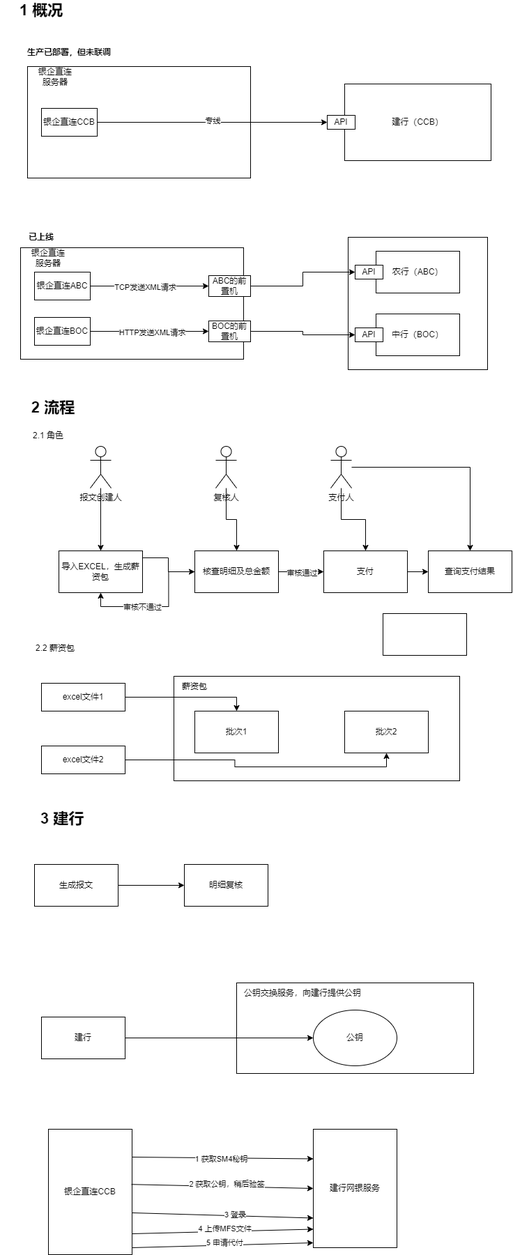
Earlier version of the draw.io export 银企直联交接讲解图.png (fsJerryChan/fsJerryChan). Source tidied: cells renumbered, new cells last; positions are measured from the earlier drawing's top-left corner, leaving out a move shared by most shapes. Source of this version:
```xml
<mxGraphModel>
  <root>
    <mxCell id="0" />
    <mxCell id="1" parent="0" />
    <mxCell id="2" style="rounded=0;whiteSpace=wrap;html=1;" parent="1" vertex="1">
      <mxGeometry x="40" y="95" width="320" height="160" as="geometry" />
    </mxCell>
    <mxCell id="3" style="rounded=0;whiteSpace=wrap;html=1;" parent="1" vertex="1">
      <mxGeometry x="500" y="340" width="200" height="190" as="geometry" />
    </mxCell>
    <mxCell id="4" style="rounded=0;whiteSpace=wrap;html=1;" parent="1" vertex="1">
      <mxGeometry x="30" y="355" width="320" height="160" as="geometry" />
    </mxCell>
    <mxCell id="5" value="建行（CCB）" style="rounded=0;whiteSpace=wrap;html=1;" parent="1" vertex="1">
      <mxGeometry x="495" y="120" width="210" height="110" as="geometry" />
    </mxCell>
    <mxCell id="6" value="农行（ABC）" style="rounded=0;whiteSpace=wrap;html=1;" parent="1" vertex="1">
      <mxGeometry x="540" y="360" width="120" height="60" as="geometry" />
    </mxCell>
    <mxCell id="7" value="中行（BOC）" style="rounded=0;whiteSpace=wrap;html=1;" parent="1" vertex="1">
      <mxGeometry x="540" y="450" width="120" height="60" as="geometry" />
    </mxCell>
    <mxCell id="8" value="银企直连服务器" style="text;strokeColor=none;align=center;fillColor=none;html=1;verticalAlign=middle;whiteSpace=wrap;rounded=0;" parent="1" vertex="1">
      <mxGeometry x="40" y="355" width="60" height="30" as="geometry" />
    </mxCell>
    <mxCell id="9" style="edgeStyle=orthogonalEdgeStyle;rounded=0;jettySize=auto;html=1;entryX=0;entryY=0.5;entryDx=0;entryDy=0;" parent="1" edge="1" source="10" target="13">
      <mxGeometry relative="1" as="geometry" />
    </mxCell>
    <mxCell id="10" value="ABC的前置机" style="text;strokeColor=default;align=center;fillColor=default;html=1;verticalAlign=middle;whiteSpace=wrap;rounded=0;" parent="1" vertex="1">
      <mxGeometry x="300" y="395" width="60" height="30" as="geometry" />
    </mxCell>
    <mxCell id="11" style="edgeStyle=orthogonalEdgeStyle;rounded=0;jettySize=auto;html=1;entryX=0;entryY=0.5;entryDx=0;entryDy=0;" parent="1" edge="1" source="12" target="14">
      <mxGeometry relative="1" as="geometry" />
    </mxCell>
    <mxCell id="12" value="BOC的前置机" style="text;strokeColor=default;align=center;fillColor=default;html=1;verticalAlign=middle;whiteSpace=wrap;rounded=0;" parent="1" vertex="1">
      <mxGeometry x="300" y="460" width="60" height="30" as="geometry" />
    </mxCell>
    <mxCell id="13" value="API" style="rounded=0;whiteSpace=wrap;html=1;" parent="1" vertex="1">
      <mxGeometry x="510" y="380" width="40" height="20" as="geometry" />
    </mxCell>
    <mxCell id="14" value="API" style="rounded=0;whiteSpace=wrap;html=1;" parent="1" vertex="1">
      <mxGeometry x="510" y="470" width="40" height="20" as="geometry" />
    </mxCell>
    <mxCell id="15" style="edgeStyle=orthogonalEdgeStyle;rounded=0;jettySize=auto;html=1;entryX=0;entryY=0.5;entryDx=0;entryDy=0;" parent="1" edge="1" source="17" target="10">
      <mxGeometry relative="1" as="geometry" />
    </mxCell>
    <mxCell id="16" value="TCP发送XML请求" style="edgeLabel;html=1;align=center;verticalAlign=middle;" parent="15" vertex="1">
      <mxGeometry x="-0.08" y="-1" relative="1" as="geometry" />
    </mxCell>
    <mxCell id="17" value="银企直连ABC" style="rounded=0;whiteSpace=wrap;html=1;" parent="1" vertex="1">
      <mxGeometry x="50" y="390" width="80" height="40" as="geometry" />
    </mxCell>
    <mxCell id="18" style="edgeStyle=orthogonalEdgeStyle;rounded=0;jettySize=auto;html=1;" parent="1" edge="1" source="20" target="12">
      <mxGeometry relative="1" as="geometry" />
    </mxCell>
    <mxCell id="19" value="HTTP发送XML请求" style="edgeLabel;html=1;align=center;verticalAlign=middle;" parent="18" vertex="1">
      <mxGeometry x="0.04" y="-1" relative="1" as="geometry" />
    </mxCell>
    <mxCell id="20" value="银企直连BOC" style="rounded=0;whiteSpace=wrap;html=1;" parent="1" vertex="1">
      <mxGeometry x="50" y="455" width="80" height="40" as="geometry" />
    </mxCell>
    <mxCell id="21" value="&lt;b&gt;已上线&lt;/b&gt;" style="text;strokeColor=none;align=center;fillColor=none;html=1;verticalAlign=middle;whiteSpace=wrap;rounded=0;" parent="1" vertex="1">
      <mxGeometry x="30" y="325" width="60" height="30" as="geometry" />
    </mxCell>
    <mxCell id="22" value="API" style="rounded=0;whiteSpace=wrap;html=1;" parent="1" vertex="1">
      <mxGeometry x="470" y="165" width="40" height="20" as="geometry" />
    </mxCell>
    <mxCell id="23" style="edgeStyle=orthogonalEdgeStyle;rounded=0;jettySize=auto;html=1;entryX=0;entryY=0.5;entryDx=0;entryDy=0;" parent="1" edge="1" source="25" target="22">
      <mxGeometry relative="1" as="geometry" />
    </mxCell>
    <mxCell id="24" value="专线" style="edgeLabel;html=1;align=center;verticalAlign=middle;" parent="23" vertex="1">
      <mxGeometry x="0.01" y="3" relative="1" as="geometry" />
    </mxCell>
    <mxCell id="25" value="银企直连CCB" style="rounded=0;whiteSpace=wrap;html=1;" parent="1" vertex="1">
      <mxGeometry x="60" y="155" width="80" height="40" as="geometry" />
    </mxCell>
    <mxCell id="26" value="银企直连服务器" style="text;strokeColor=none;align=center;fillColor=none;html=1;verticalAlign=middle;whiteSpace=wrap;rounded=0;" parent="1" vertex="1">
      <mxGeometry x="50" y="95" width="60" height="30" as="geometry" />
    </mxCell>
    <mxCell id="27" value="&lt;b&gt;生产已部署，但未联调&lt;/b&gt;" style="text;strokeColor=none;align=center;fillColor=none;html=1;verticalAlign=middle;whiteSpace=wrap;rounded=0;" parent="1" vertex="1">
      <mxGeometry x="30" y="60" width="140" height="30" as="geometry" />
    </mxCell>
    <mxCell id="28" value="&lt;b&gt;&lt;font style=&quot;font-size: 22px;&quot;&gt;1 概况&lt;/font&gt;&lt;/b&gt;" style="text;strokeColor=none;align=center;fillColor=none;html=1;verticalAlign=middle;whiteSpace=wrap;rounded=0;" parent="1" vertex="1">
      <mxGeometry width="120" height="30" as="geometry" />
    </mxCell>
    <mxCell id="29" value="&lt;b&gt;&lt;font style=&quot;font-size: 22px;&quot;&gt;2 流程&lt;/font&gt;&lt;/b&gt;" style="text;strokeColor=none;align=center;fillColor=none;html=1;verticalAlign=middle;whiteSpace=wrap;rounded=0;" parent="1" vertex="1">
      <mxGeometry x="17" y="570" width="120" height="30" as="geometry" />
    </mxCell>
    <mxCell id="30" style="edgeStyle=orthogonalEdgeStyle;rounded=0;jettySize=auto;html=1;entryX=0.5;entryY=0;entryDx=0;entryDy=0;" parent="1" edge="1" source="31" target="39">
      <mxGeometry relative="1" as="geometry" />
    </mxCell>
    <mxCell id="31" value="报文创建人" style="shape=umlActor;verticalLabelPosition=bottom;verticalAlign=top;html=1;outlineConnect=0;" parent="1" vertex="1">
      <mxGeometry x="130" y="640" width="30" height="60" as="geometry" />
    </mxCell>
    <mxCell id="32" value="2.1 角色" style="text;strokeColor=none;align=center;fillColor=none;html=1;verticalAlign=middle;whiteSpace=wrap;rounded=0;" parent="1" vertex="1">
      <mxGeometry x="40" y="610" width="60" height="30" as="geometry" />
    </mxCell>
    <mxCell id="33" style="edgeStyle=orthogonalEdgeStyle;rounded=0;jettySize=auto;html=1;" parent="1" edge="1" source="34" target="44">
      <mxGeometry relative="1" as="geometry" />
    </mxCell>
    <mxCell id="34" value="复核人" style="shape=umlActor;verticalLabelPosition=bottom;verticalAlign=top;html=1;outlineConnect=0;" parent="1" vertex="1">
      <mxGeometry x="310" y="640" width="30" height="60" as="geometry" />
    </mxCell>
    <mxCell id="35" style="edgeStyle=orthogonalEdgeStyle;rounded=0;jettySize=auto;html=1;entryX=0.5;entryY=0;entryDx=0;entryDy=0;" parent="1" edge="1" source="37" target="46">
      <mxGeometry relative="1" as="geometry" />
    </mxCell>
    <mxCell id="36" style="edgeStyle=orthogonalEdgeStyle;rounded=0;jettySize=auto;html=1;entryX=0.5;entryY=0;entryDx=0;entryDy=0;" parent="1" edge="1" source="37" target="47">
      <mxGeometry relative="1" as="geometry" />
    </mxCell>
    <mxCell id="37" value="支付人" style="shape=umlActor;verticalLabelPosition=bottom;verticalAlign=top;html=1;outlineConnect=0;" parent="1" vertex="1">
      <mxGeometry x="475" y="640" width="30" height="60" as="geometry" />
    </mxCell>
    <mxCell id="38" style="edgeStyle=orthogonalEdgeStyle;rounded=0;jettySize=auto;html=1;entryX=0;entryY=0.5;entryDx=0;entryDy=0;" parent="1" edge="1" source="39" target="44">
      <mxGeometry relative="1" as="geometry">
        <Array as="points">
          <mxPoint x="242" y="800" />
          <mxPoint x="242" y="820" />
        </Array>
      </mxGeometry>
    </mxCell>
    <mxCell id="39" value="导入EXCEL，生成薪资包" style="rounded=0;whiteSpace=wrap;html=1;" parent="1" vertex="1">
      <mxGeometry x="85" y="790" width="120" height="60" as="geometry" />
    </mxCell>
    <mxCell id="40" style="edgeStyle=orthogonalEdgeStyle;rounded=0;jettySize=auto;html=1;entryX=0;entryY=0.5;entryDx=0;entryDy=0;" parent="1" edge="1" source="44" target="46">
      <mxGeometry relative="1" as="geometry" />
    </mxCell>
    <mxCell id="41" value="审核通过" style="edgeLabel;html=1;align=center;verticalAlign=middle;" parent="40" vertex="1">
      <mxGeometry x="0.01" y="-1" relative="1" as="geometry" />
    </mxCell>
    <mxCell id="42" style="edgeStyle=orthogonalEdgeStyle;rounded=0;jettySize=auto;html=1;entryX=0.5;entryY=1;entryDx=0;entryDy=0;" parent="1" edge="1" source="44" target="39">
      <mxGeometry relative="1" as="geometry" />
    </mxCell>
    <mxCell id="43" value="审核不通过" style="edgeLabel;html=1;align=center;verticalAlign=middle;" parent="42" vertex="1">
      <mxGeometry x="0.23" relative="1" as="geometry" />
    </mxCell>
    <mxCell id="44" value="核查明细及总金额" style="rounded=0;whiteSpace=wrap;html=1;" parent="1" vertex="1">
      <mxGeometry x="280" y="790" width="120" height="60" as="geometry" />
    </mxCell>
    <mxCell id="45" style="edgeStyle=orthogonalEdgeStyle;rounded=0;jettySize=auto;html=1;entryX=0;entryY=0.5;entryDx=0;entryDy=0;" parent="1" edge="1" source="46" target="47">
      <mxGeometry relative="1" as="geometry" />
    </mxCell>
    <mxCell id="46" value="支付" style="rounded=0;whiteSpace=wrap;html=1;" parent="1" vertex="1">
      <mxGeometry x="465" y="790" width="120" height="60" as="geometry" />
    </mxCell>
    <mxCell id="47" value="查询支付结果" style="rounded=0;whiteSpace=wrap;html=1;" parent="1" vertex="1">
      <mxGeometry x="615" y="790" width="120" height="60" as="geometry" />
    </mxCell>
    <mxCell id="48" value="2.2 薪资包" style="text;strokeColor=none;align=center;fillColor=none;html=1;verticalAlign=middle;whiteSpace=wrap;rounded=0;" parent="1" vertex="1">
      <mxGeometry x="50" y="915" width="60" height="30" as="geometry" />
    </mxCell>
    <mxCell id="49" style="rounded=0;whiteSpace=wrap;html=1;" parent="1" vertex="1">
      <mxGeometry x="250" y="970" width="410" height="150" as="geometry" />
    </mxCell>
    <mxCell id="50" value="批次1" style="rounded=0;whiteSpace=wrap;html=1;" parent="1" vertex="1">
      <mxGeometry x="280" y="1020" width="120" height="60" as="geometry" />
    </mxCell>
    <mxCell id="51" style="edgeStyle=orthogonalEdgeStyle;rounded=0;jettySize=auto;html=1;entryX=0.5;entryY=0;entryDx=0;entryDy=0;" parent="1" edge="1" source="52" target="50">
      <mxGeometry relative="1" as="geometry" />
    </mxCell>
    <mxCell id="52" value="excel文件1" style="rounded=0;whiteSpace=wrap;html=1;" parent="1" vertex="1">
      <mxGeometry x="60" y="980" width="120" height="40" as="geometry" />
    </mxCell>
    <mxCell id="53" style="edgeStyle=orthogonalEdgeStyle;rounded=0;jettySize=auto;html=1;entryX=0.5;entryY=1;entryDx=0;entryDy=0;" parent="1" edge="1" source="54" target="55">
      <mxGeometry relative="1" as="geometry" />
    </mxCell>
    <mxCell id="54" value="excel文件2" style="rounded=0;whiteSpace=wrap;html=1;" parent="1" vertex="1">
      <mxGeometry x="60" y="1070" width="120" height="40" as="geometry" />
    </mxCell>
    <mxCell id="55" value="批次2" style="rounded=0;whiteSpace=wrap;html=1;" parent="1" vertex="1">
      <mxGeometry x="495" y="1020" width="120" height="60" as="geometry" />
    </mxCell>
    <mxCell id="56" value="薪资包" style="text;strokeColor=none;align=center;fillColor=none;html=1;verticalAlign=middle;whiteSpace=wrap;rounded=0;" parent="1" vertex="1">
      <mxGeometry x="250" y="970" width="60" height="30" as="geometry" />
    </mxCell>
    <mxCell id="57" style="rounded=0;whiteSpace=wrap;html=1;" parent="1" vertex="1">
      <mxGeometry x="550" y="880" width="120" height="60" as="geometry" />
    </mxCell>
    <mxCell id="58" value="&lt;b&gt;&lt;font style=&quot;font-size: 22px;&quot;&gt;3 建行&lt;/font&gt;&lt;/b&gt;" style="text;strokeColor=none;align=center;fillColor=none;html=1;verticalAlign=middle;whiteSpace=wrap;rounded=0;" parent="1" vertex="1">
      <mxGeometry x="30" y="1160" width="120" height="30" as="geometry" />
    </mxCell>
    <mxCell id="59" style="edgeStyle=orthogonalEdgeStyle;rounded=0;jettySize=auto;html=1;entryX=0;entryY=0.5;entryDx=0;entryDy=0;" parent="1" edge="1" source="60" target="61">
      <mxGeometry relative="1" as="geometry" />
    </mxCell>
    <mxCell id="60" value="生成报文" style="rounded=0;whiteSpace=wrap;html=1;" parent="1" vertex="1">
      <mxGeometry x="50" y="1240" width="120" height="60" as="geometry" />
    </mxCell>
    <mxCell id="61" value="明细复核" style="rounded=0;whiteSpace=wrap;html=1;" parent="1" vertex="1">
      <mxGeometry x="265" y="1240" width="120" height="60" as="geometry" />
    </mxCell>
    <mxCell id="62" style="rounded=0;whiteSpace=wrap;html=1;" parent="1" vertex="1">
      <mxGeometry x="340" y="1410" width="340" height="130" as="geometry" />
    </mxCell>
    <mxCell id="63" value="公钥交换服务，向建行提供公钥" style="text;strokeColor=none;align=center;fillColor=none;html=1;verticalAlign=middle;whiteSpace=wrap;rounded=0;" parent="1" vertex="1">
      <mxGeometry x="350" y="1410" width="170" height="30" as="geometry" />
    </mxCell>
    <mxCell id="64" value="公钥" style="ellipse;whiteSpace=wrap;html=1;" parent="1" vertex="1">
      <mxGeometry x="450" y="1449" width="120" height="80" as="geometry" />
    </mxCell>
    <mxCell id="65" style="edgeStyle=orthogonalEdgeStyle;rounded=0;jettySize=auto;html=1;entryX=0;entryY=0.5;entryDx=0;entryDy=0;" parent="1" edge="1" source="66" target="64">
      <mxGeometry relative="1" as="geometry" />
    </mxCell>
    <mxCell id="66" value="建行" style="rounded=0;whiteSpace=wrap;html=1;" parent="1" vertex="1">
      <mxGeometry x="60" y="1459" width="120" height="60" as="geometry" />
    </mxCell>
    <mxCell id="67" value="银企直连CCB" style="rounded=0;whiteSpace=wrap;html=1;" parent="1" vertex="1">
      <mxGeometry x="70" y="1620" width="120" height="180" as="geometry" />
    </mxCell>
    <mxCell id="68" value="建行网银服务" style="rounded=0;whiteSpace=wrap;html=1;" parent="1" vertex="1">
      <mxGeometry x="450" y="1620" width="120" height="170" as="geometry" />
    </mxCell>
    <mxCell id="69" style="endArrow=classic;html=1;rounded=0;entryX=0;entryY=0.25;entryDx=0;entryDy=0;" parent="1" edge="1" target="68">
      <mxGeometry relative="1" as="geometry">
        <mxPoint x="190" y="1660" as="sourcePoint" />
      </mxGeometry>
    </mxCell>
    <mxCell id="70" value="1 获取SM4秘钥" style="edgeLabel;html=1;align=center;verticalAlign=middle;" parent="69" vertex="1">
      <mxGeometry x="-0.02" y="-1" relative="1" as="geometry" />
    </mxCell>
    <mxCell id="71" style="endArrow=classic;html=1;rounded=0;entryX=0;entryY=0.5;entryDx=0;entryDy=0;exitX=0.992;exitY=0.44;exitDx=0;exitDy=0;exitPerimeter=0;" parent="1" edge="1" source="67" target="68">
      <mxGeometry relative="1" as="geometry" />
    </mxCell>
    <mxCell id="72" value="2 获取公钥，稍后验签" style="edgeLabel;html=1;align=center;verticalAlign=middle;" parent="71" vertex="1">
      <mxGeometry x="0.05" y="4" relative="1" as="geometry">
        <mxPoint x="-1" as="offset" />
      </mxGeometry>
    </mxCell>
    <mxCell id="73" style="endArrow=classic;html=1;rounded=0;entryX=0;entryY=0.75;entryDx=0;entryDy=0;" parent="1" edge="1" target="68">
      <mxGeometry relative="1" as="geometry">
        <mxPoint x="190" y="1740" as="sourcePoint" />
      </mxGeometry>
    </mxCell>
    <mxCell id="74" value="3 登录" style="edgeLabel;html=1;align=center;verticalAlign=middle;" parent="73" vertex="1">
      <mxGeometry x="0.13" y="2" relative="1" as="geometry" />
    </mxCell>
    <mxCell id="75" style="endArrow=classic;html=1;rounded=0;entryX=0;entryY=0.844;entryDx=0;entryDy=0;entryPerimeter=0;" parent="1" edge="1" target="68">
      <mxGeometry relative="1" as="geometry">
        <mxPoint x="190" y="1770" as="sourcePoint" />
      </mxGeometry>
    </mxCell>
    <mxCell id="76" value="4 上传MFS文件" style="edgeLabel;html=1;align=center;verticalAlign=middle;" parent="75" vertex="1">
      <mxGeometry x="0.02" y="4" relative="1" as="geometry" />
    </mxCell>
    <mxCell id="77" style="endArrow=classic;html=1;rounded=0;entryX=0;entryY=0.844;entryDx=0;entryDy=0;entryPerimeter=0;" parent="1" edge="1">
      <mxGeometry relative="1" as="geometry">
        <mxPoint x="190" y="1790" as="sourcePoint" />
        <mxPoint x="450" y="1783" as="targetPoint" />
      </mxGeometry>
    </mxCell>
    <mxCell id="78" value="5 申请代付" style="edgeLabel;html=1;align=center;verticalAlign=middle;" parent="77" vertex="1">
      <mxGeometry x="0.02" y="4" relative="1" as="geometry" />
    </mxCell>
  </root>
</mxGraphModel>
```
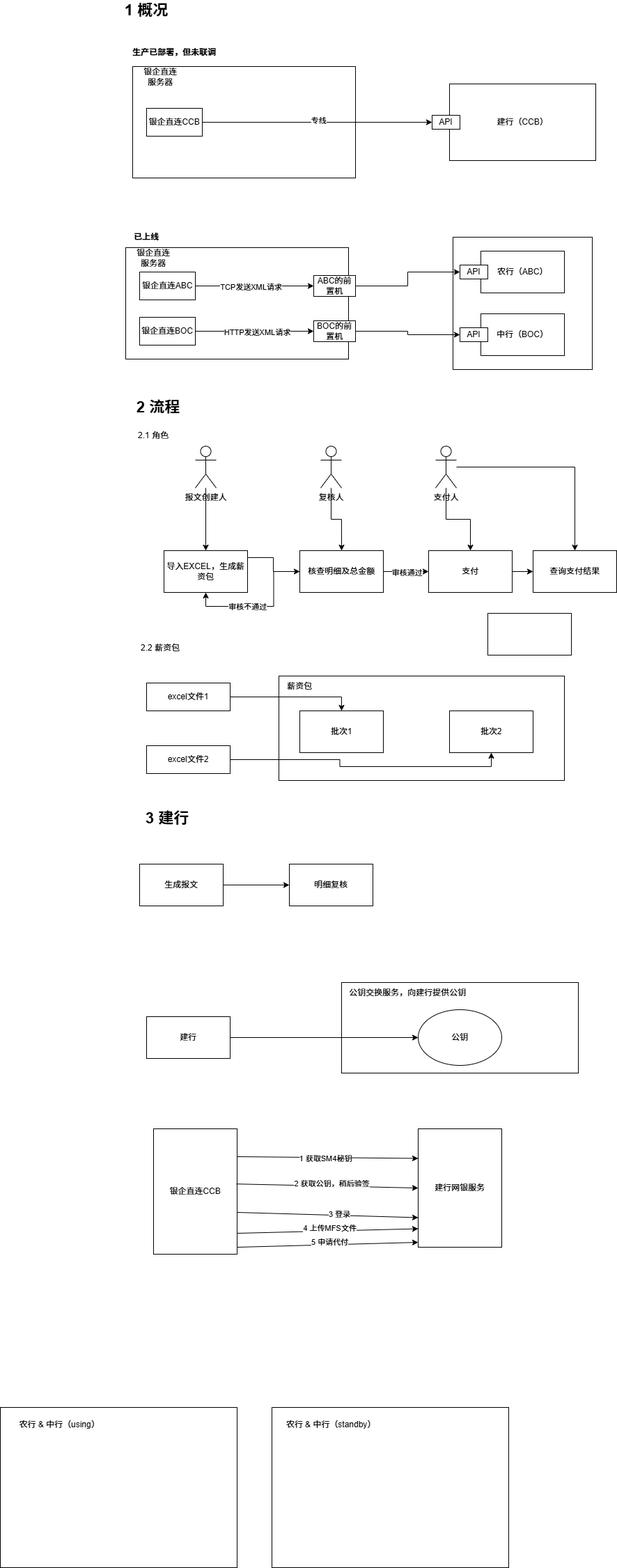
The same file after the commit.

Commit message:
更新银企直联交接讲解图.png

The edit, as a diff of the source:
```diff
@@ -249,5 +249,17 @@
     <mxCell id="78" value="5 申请代付" style="edgeLabel;html=1;align=center;verticalAlign=middle;" parent="77" vertex="1">
       <mxGeometry x="0.02" y="4" relative="1" as="geometry" />
     </mxCell>
+    <mxCell id="79" style="rounded=0;whiteSpace=wrap;html=1;" parent="1" vertex="1">
+      <mxGeometry x="-150" y="2020" width="340" height="230" as="geometry" />
+    </mxCell>
+    <mxCell id="80" style="rounded=0;whiteSpace=wrap;html=1;" parent="1" vertex="1">
+      <mxGeometry x="240" y="2020" width="340" height="230" as="geometry" />
+    </mxCell>
+    <mxCell id="81" value="农行 &amp;amp; 中行（using）" style="text;strokeColor=none;align=center;fillColor=none;html=1;verticalAlign=middle;whiteSpace=wrap;rounded=0;" parent="1" vertex="1">
+      <mxGeometry x="-140" y="2030" width="150" height="30" as="geometry" />
+    </mxCell>
+    <mxCell id="82" value="农行 &amp;amp; 中行（standby）" style="text;strokeColor=none;align=center;fillColor=none;html=1;verticalAlign=middle;whiteSpace=wrap;rounded=0;" parent="1" vertex="1">
+      <mxGeometry x="250" y="2030" width="150" height="30" as="geometry" />
+    </mxCell>
   </root>
 </mxGraphModel>
```
